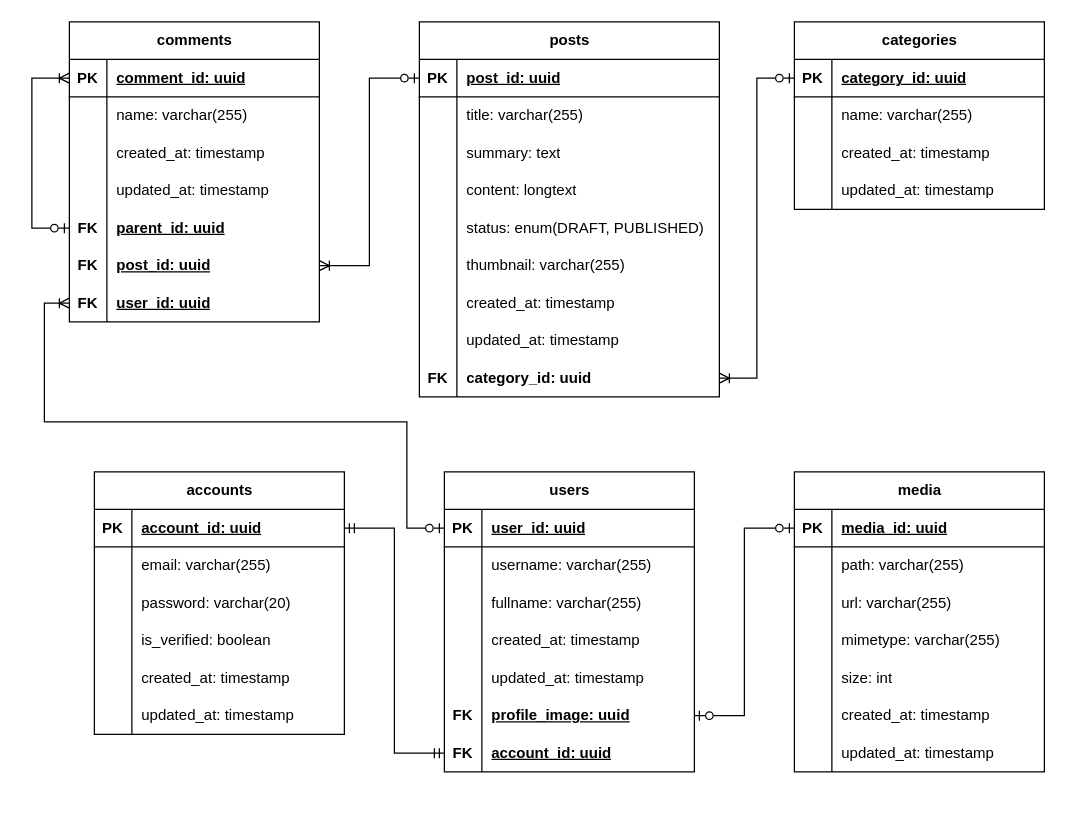
HarisHerdiansyah/laravel-blog-platform keeps this draw.io diagram as docs/ERD.drawio. Above is the earlier version. Source tidied: cells renumbered, new cells numbered last; positions are measured from the earlier drawing's top-left corner, leaving out a move shared by most shapes. Both pictures are drawn from the tidied source at 125%, with x=0, y=0 at pixel (31, 21).
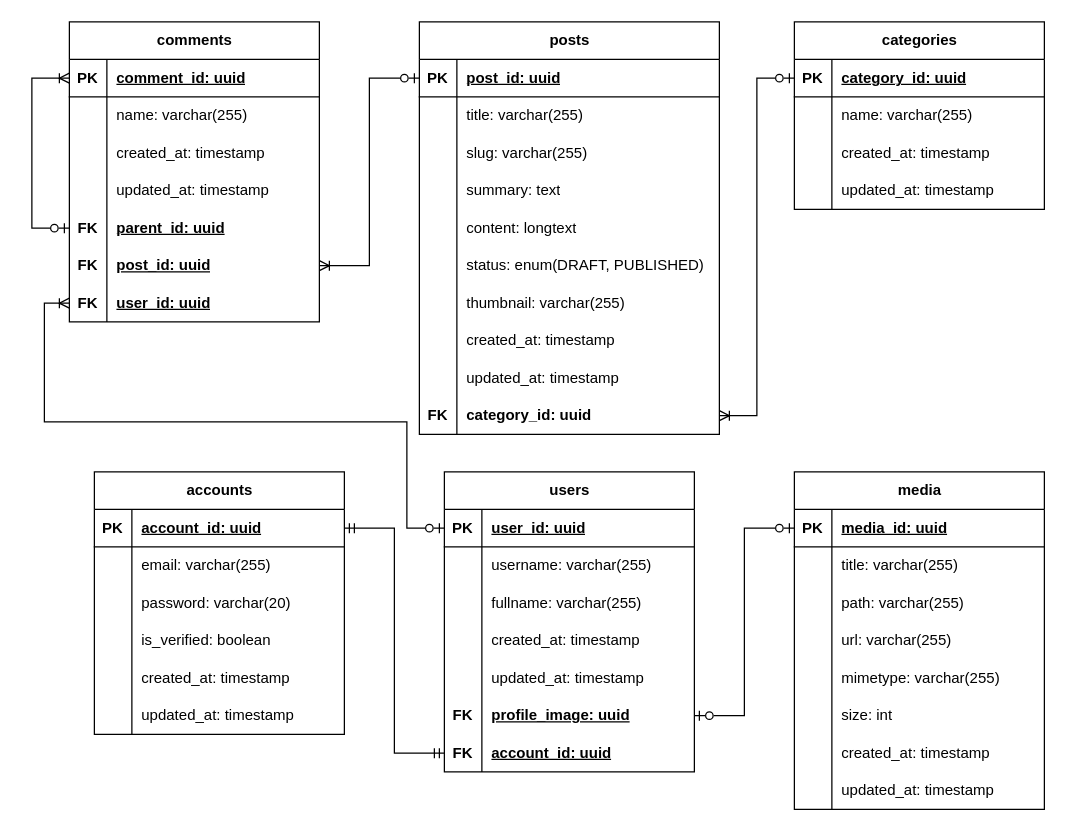
Above is the later version.

The change refers to these unchanged cells:
```xml
<mxCell id="47" style="shape=tableRow;horizontal=0;startSize=0;swimlaneHead=0;swimlaneBody=0;fillColor=none;top=0;left=0;right=0;bottom=0;" parent="43" vertex="1">
  <mxGeometry y="60" width="200" height="30" as="geometry" />
</mxCell>
```

The edit, as a diff of the source:
```diff
@@
     <mxCell id="43" value="media" style="shape=table;startSize=30;childLayout=tableLayout;rowLines=0;fontStyle=1;align=center;html=1;" parent="1" vertex="1">
-      <mxGeometry x="610" y="360" width="200" height="240" as="geometry" />
+      <mxGeometry x="610" y="360" width="200" height="270" as="geometry" />
     </mxCell>
@@
-    <mxCell id="49" value="path: varchar(255)" style="shape=partialRectangle;fillColor=none;top=0;left=0;bottom=0;right=0;align=left;spacingLeft=6;overflow=hidden;whiteSpace=wrap;html=1;" parent="47" vertex="1">
+    <mxCell id="49" value="title: varchar(255)" style="shape=partialRectangle;fillColor=none;top=0;left=0;bottom=0;right=0;align=left;spacingLeft=6;overflow=hidden;whiteSpace=wrap;html=1;" parent="47" vertex="1">
       <mxGeometry x="30" width="170" height="30" as="geometry" />
     </mxCell>
+    <mxCell id="134" style="shape=tableRow;horizontal=0;startSize=0;swimlaneHead=0;swimlaneBody=0;fillColor=none;top=0;left=0;right=0;bottom=0;" parent="43" vertex="1">
+      <mxGeometry y="90" width="200" height="30" as="geometry" />
+    </mxCell>
+    <mxCell id="135" style="shape=partialRectangle;fillColor=none;top=0;left=0;bottom=0;right=0;overflow=hidden;whiteSpace=wrap;html=1;" parent="134" vertex="1">
+      <mxGeometry width="30" height="30" as="geometry" />
+    </mxCell>
+    <mxCell id="136" value="path: varchar(255)" style="shape=partialRectangle;fillColor=none;top=0;left=0;bottom=0;right=0;align=left;spacingLeft=6;overflow=hidden;whiteSpace=wrap;html=1;" parent="134" vertex="1">
+      <mxGeometry x="30" width="170" height="30" as="geometry" />
+    </mxCell>
     <mxCell id="50" style="shape=tableRow;horizontal=0;startSize=0;swimlaneHead=0;swimlaneBody=0;fillColor=none;top=0;left=0;right=0;bottom=0;" parent="43" vertex="1">
-      <mxGeometry y="90" width="200" height="30" as="geometry" />
+      <mxGeometry y="120" width="200" height="30" as="geometry" />
     </mxCell>
@@
     <mxCell id="53" style="shape=tableRow;horizontal=0;startSize=0;swimlaneHead=0;swimlaneBody=0;fillColor=none;top=0;left=0;right=0;bottom=0;" parent="43" vertex="1">
-      <mxGeometry y="120" width="200" height="30" as="geometry" />
+      <mxGeometry y="150" width="200" height="30" as="geometry" />
     </mxCell>
@@
     <mxCell id="56" style="shape=tableRow;horizontal=0;startSize=0;swimlaneHead=0;swimlaneBody=0;fillColor=none;top=0;left=0;right=0;bottom=0;" parent="43" vertex="1">
-      <mxGeometry y="150" width="200" height="30" as="geometry" />
+      <mxGeometry y="180" width="200" height="30" as="geometry" />
     </mxCell>
@@
     <mxCell id="59" style="shape=tableRow;horizontal=0;startSize=0;swimlaneHead=0;swimlaneBody=0;fillColor=none;top=0;left=0;right=0;bottom=0;" parent="43" vertex="1">
-      <mxGeometry y="180" width="200" height="30" as="geometry" />
+      <mxGeometry y="210" width="200" height="30" as="geometry" />
     </mxCell>
@@
     <mxCell id="62" style="shape=tableRow;horizontal=0;startSize=0;swimlaneHead=0;swimlaneBody=0;fillColor=none;top=0;left=0;right=0;bottom=0;" parent="43" vertex="1">
-      <mxGeometry y="210" width="200" height="30" as="geometry" />
+      <mxGeometry y="240" width="200" height="30" as="geometry" />
     </mxCell>
@@
     <mxCell id="65" value="posts" style="shape=table;startSize=30;childLayout=tableLayout;rowLines=0;fontStyle=1;align=center;html=1;" parent="1" vertex="1">
-      <mxGeometry x="310" width="240" height="300" as="geometry" />
+      <mxGeometry x="310" width="240" height="330" as="geometry" />
     </mxCell>
@@
+    <mxCell id="137" style="shape=tableRow;horizontal=0;startSize=0;swimlaneHead=0;swimlaneBody=0;fillColor=none;top=0;left=0;right=0;bottom=0;" parent="65" vertex="1">
+      <mxGeometry y="90" width="240" height="30" as="geometry" />
+    </mxCell>
+    <mxCell id="138" style="shape=partialRectangle;fillColor=none;top=0;left=0;bottom=0;right=0;overflow=hidden;whiteSpace=wrap;html=1;" parent="137" vertex="1">
+      <mxGeometry width="30" height="30" as="geometry" />
+    </mxCell>
+    <mxCell id="139" value="slug: varchar(255)" style="shape=partialRectangle;fillColor=none;top=0;left=0;bottom=0;right=0;align=left;spacingLeft=6;overflow=hidden;whiteSpace=wrap;html=1;" parent="137" vertex="1">
+      <mxGeometry x="30" width="210" height="30" as="geometry" />
+    </mxCell>
     <mxCell id="72" style="shape=tableRow;horizontal=0;startSize=0;swimlaneHead=0;swimlaneBody=0;fillColor=none;top=0;left=0;right=0;bottom=0;" parent="65" vertex="1">
-      <mxGeometry y="90" width="240" height="30" as="geometry" />
+      <mxGeometry y="120" width="240" height="30" as="geometry" />
     </mxCell>
@@
     <mxCell id="75" style="shape=tableRow;horizontal=0;startSize=0;swimlaneHead=0;swimlaneBody=0;fillColor=none;top=0;left=0;right=0;bottom=0;" parent="65" vertex="1">
-      <mxGeometry y="120" width="240" height="30" as="geometry" />
+      <mxGeometry y="150" width="240" height="30" as="geometry" />
     </mxCell>
@@
     <mxCell id="78" style="shape=tableRow;horizontal=0;startSize=0;swimlaneHead=0;swimlaneBody=0;fillColor=none;top=0;left=0;right=0;bottom=0;" parent="65" vertex="1">
-      <mxGeometry y="150" width="240" height="30" as="geometry" />
+      <mxGeometry y="180" width="240" height="30" as="geometry" />
     </mxCell>
@@
     <mxCell id="81" style="shape=tableRow;horizontal=0;startSize=0;swimlaneHead=0;swimlaneBody=0;fillColor=none;top=0;left=0;right=0;bottom=0;" parent="65" vertex="1">
-      <mxGeometry y="180" width="240" height="30" as="geometry" />
+      <mxGeometry y="210" width="240" height="30" as="geometry" />
     </mxCell>
@@
     <mxCell id="84" style="shape=tableRow;horizontal=0;startSize=0;swimlaneHead=0;swimlaneBody=0;fillColor=none;top=0;left=0;right=0;bottom=0;" parent="65" vertex="1">
-      <mxGeometry y="210" width="240" height="30" as="geometry" />
+      <mxGeometry y="240" width="240" height="30" as="geometry" />
     </mxCell>
@@
     <mxCell id="87" style="shape=tableRow;horizontal=0;startSize=0;swimlaneHead=0;swimlaneBody=0;fillColor=none;top=0;left=0;right=0;bottom=0;" parent="65" vertex="1">
-      <mxGeometry y="240" width="240" height="30" as="geometry" />
+      <mxGeometry y="270" width="240" height="30" as="geometry" />
     </mxCell>
@@
     <mxCell id="90" style="shape=tableRow;horizontal=0;startSize=0;swimlaneHead=0;swimlaneBody=0;fillColor=none;points=[[0,0.5],[1,0.5]];portConstraint=eastwest;top=0;left=0;right=0;bottom=0;" parent="65" vertex="1">
-      <mxGeometry y="270" width="240" height="30" as="geometry" />
+      <mxGeometry y="300" width="240" height="30" as="geometry" />
     </mxCell>
```
